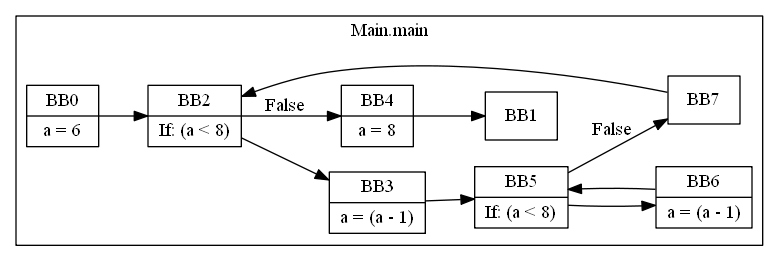
panubala/CDPP keeps this Graphviz diagram as HW5/javali_tests/HW5/test.png. Above is the earlier version. Its source is kept beside it as HW5/javali_tests/HW5/Test.javali.cfg.dot. Its diagram source:
```dot
digraph G {
  graph [ rankdir = "LR" ];
  subgraph cluster_0 {
    label = "Main.main"
    M0_BB0 [
      shape="record"
      label="BB0|If: (a \< 5)"
    ];
    M0_BB0 -> M0_BB2;
    M0_BB0 -> M0_BB3 [label="False"];
    M0_BB1 [
      shape="record"
      label="BB1"
    ];
    M0_BB2 [
      shape="record"
      label="BB2"
    ];
    M0_BB2 -> M0_BB4;
    M0_BB3 [
      shape="record"
      label="BB3|nop"
    ];
    M0_BB3 -> M0_BB4;
    M0_BB4 [
      shape="record"
      label="BB4|a = 7"
    ];
    M0_BB4 -> M0_BB1;
  }
}
```
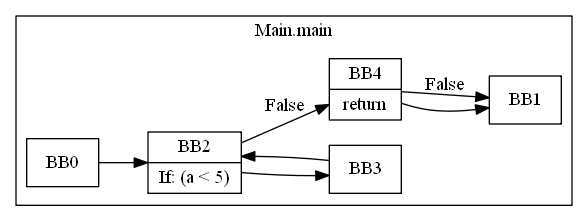
Later version of the same file.

Commit message:
Task 1 - Return Stmt

Change to the diagram source:
```diff
@@ -4,28 +4,56 @@
     label = "Main.main"
     M0_BB0 [
       shape="record"
-      label="BB0|If: (a \< 5)"
+      label="BB0|return"
     ];
-    M0_BB0 -> M0_BB2;
-    M0_BB0 -> M0_BB3 [label="False"];
+    M0_BB0 -> M0_BB1;
     M0_BB1 [
       shape="record"
       label="BB1"
     ];
-    M0_BB2 [
+  }
+  subgraph cluster_1 {
+    label = "Main.f"
+    M1_BB0 [
       shape="record"
-      label="BB2"
+      label="BB0|If: (k \< 5)"
     ];
-    M0_BB2 -> M0_BB4;
-    M0_BB3 [
+    M1_BB0 -> M1_BB2;
+    M1_BB0 -> M1_BB3 [label="False"];
+    M1_BB1 [
+      shape="record"
+      label="BB1"
+    ];
+    M1_BB2 [
+      shape="record"
+      label="BB2|return 2"
+    ];
+    M1_BB2 -> M1_BB1;
+    M1_BB3 [
       shape="record"
       label="BB3|nop"
     ];
-    M0_BB3 -> M0_BB4;
-    M0_BB4 [
+    M1_BB3 -> M1_BB4;
+    M1_BB4 [
       shape="record"
-      label="BB4|a = 7"
+      label="BB4|If: (k \> 9)"
     ];
-    M0_BB4 -> M0_BB1;
+    M1_BB4 -> M1_BB5;
+    M1_BB4 -> M1_BB6 [label="False"];
+    M1_BB5 [
+      shape="record"
+      label="BB5|return 1"
+    ];
+    M1_BB5 -> M1_BB1;
+    M1_BB6 [
+      shape="record"
+      label="BB6|nop"
+    ];
+    M1_BB6 -> M1_BB7;
+    M1_BB7 [
+      shape="record"
+      label="BB7|z = 6|return z"
+    ];
+    M1_BB7 -> M1_BB1;
   }
 }
```
